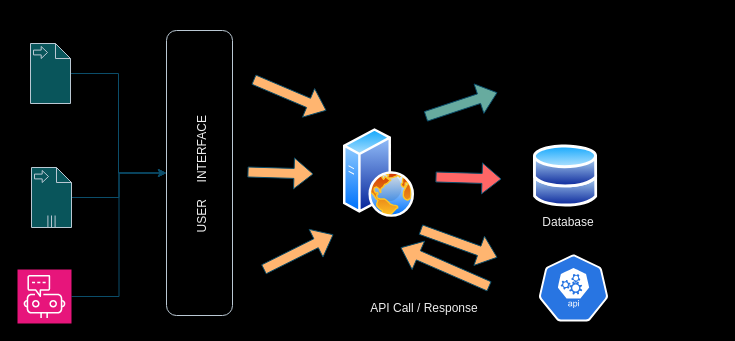
anurag629/draw.io keeps this draw.io diagram as dataflow.drawio. Above is the earlier version. Source tidied: cells renumbered, new cells numbered last; positions are measured from the earlier drawing's top-left corner, leaving out a move shared by most shapes. Both pictures are drawn from the tidied source at 100%, with x=0, y=0 at pixel (17, 30).
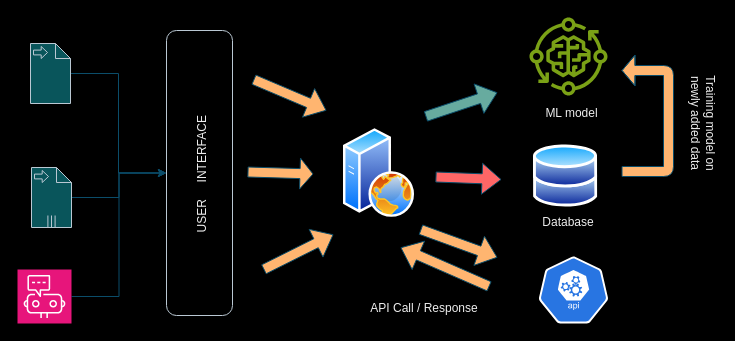
The same page after the edit.

What changed in the source:
```diff
@@
-    <mxCell id="9" style="shape=flexArrow;endArrow=classic;html=1;rounded=1;strokeColor=#0B4D6A;fillColor=#FFB570;" parent="1" edge="1">
+    <mxCell id="9" style="shape=flexArrow;endArrow=classic;html=1;rounded=1;strokeColor=#0B4D6A;fillColor=#FFB570;endSize=4;startSize=1;" parent="1" edge="1">
       <mxGeometry relative="1" as="geometry">
         <mxPoint x="230" y="141.5" as="sourcePoint" />
         <mxPoint x="296" y="143.5" as="targetPoint" />
       </mxGeometry>
     </mxCell>
@@
     <mxCell id="14" style="shape=flexArrow;endArrow=classic;html=1;rounded=1;strokeColor=#0B4D6A;fillColor=#FF6666;" parent="1" edge="1">
       <mxGeometry relative="1" as="geometry">
         <mxPoint x="418" y="146.5" as="sourcePoint" />
-        <mxPoint x="484" y="148.5" as="targetPoint" />
+        <mxPoint x="484" y="149" as="targetPoint" />
       </mxGeometry>
     </mxCell>
@@
     <mxCell id="17" style="sketch=0;html=1;dashed=0;whitespace=wrap;fillColor=#2875E2;strokeColor=#ffffff;verticalLabelPosition=bottom;align=center;verticalAlign=top;shape=mxgraph.kubernetes.icon;prIcon=api;fontColor=#EEEEEE;" parent="1" vertex="1">
-      <mxGeometry x="516" y="224" width="80" height="67" as="geometry" />
+      <mxGeometry x="516" y="226" width="80" height="67" as="geometry" />
     </mxCell>
@@
+    <mxCell id="22" style="sketch=0;fontColor=#232F3E;gradientColor=none;fillColor=#7AA116;strokeColor=none;dashed=0;verticalLabelPosition=bottom;verticalAlign=top;align=center;html=1;fontSize=12;fontStyle=0;shape=mxgraph.aws4.iot_greengrass_component_machine_learning;" parent="1" vertex="1">
+      <mxGeometry x="512" y="-13" width="78" height="78" as="geometry" />
+    </mxCell>
+    <mxCell id="23" value="ML model" style="text;strokeColor=none;align=center;fillColor=none;html=1;verticalAlign=middle;whiteSpace=wrap;rounded=0;fontColor=#EEEEEE;" parent="1" vertex="1">
+      <mxGeometry x="513" y="68.1" width="83" height="30" as="geometry" />
+    </mxCell>
+    <mxCell id="24" style="shape=flexArrow;endArrow=classic;html=1;rounded=1;strokeColor=#0B4D6A;fillColor=#FFB570;endSize=4;startSize=1;" parent="1" edge="1">
+      <mxGeometry relative="1" as="geometry">
+        <mxPoint x="604" y="141" as="sourcePoint" />
+        <mxPoint x="604" y="40" as="targetPoint" />
+        <Array as="points">
+          <mxPoint x="651" y="141" />
+          <mxPoint x="651" y="40" />
+        </Array>
+      </mxGeometry>
+    </mxCell>
+    <mxCell id="25" value="Training model on &lt;br&gt;newly added data" style="text;strokeColor=none;align=center;fillColor=none;html=1;verticalAlign=middle;whiteSpace=wrap;rounded=0;fontColor=#EEEEEE;rotation=90;" parent="1" vertex="1">
+      <mxGeometry x="603" y="78" width="165" height="30" as="geometry" />
+    </mxCell>
```
